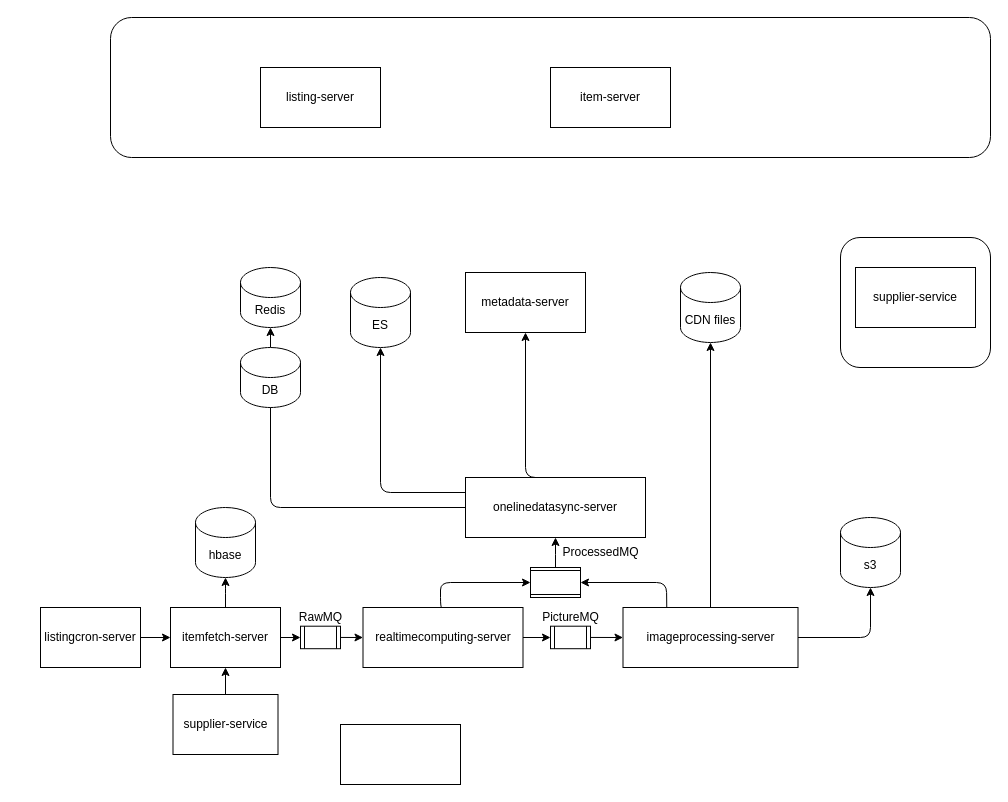
wxquare/wxquare.github.io keeps this draw.io diagram as source/diagrams/hotel_admin.drawio. Above is the earlier version. Source tidied: cells renumbered, new cells numbered last; positions are measured from the earlier drawing's top-left corner, leaving out a move shared by most shapes. Both pictures are drawn from the tidied source at 100%, with x=0, y=0 at pixel (40, 17).
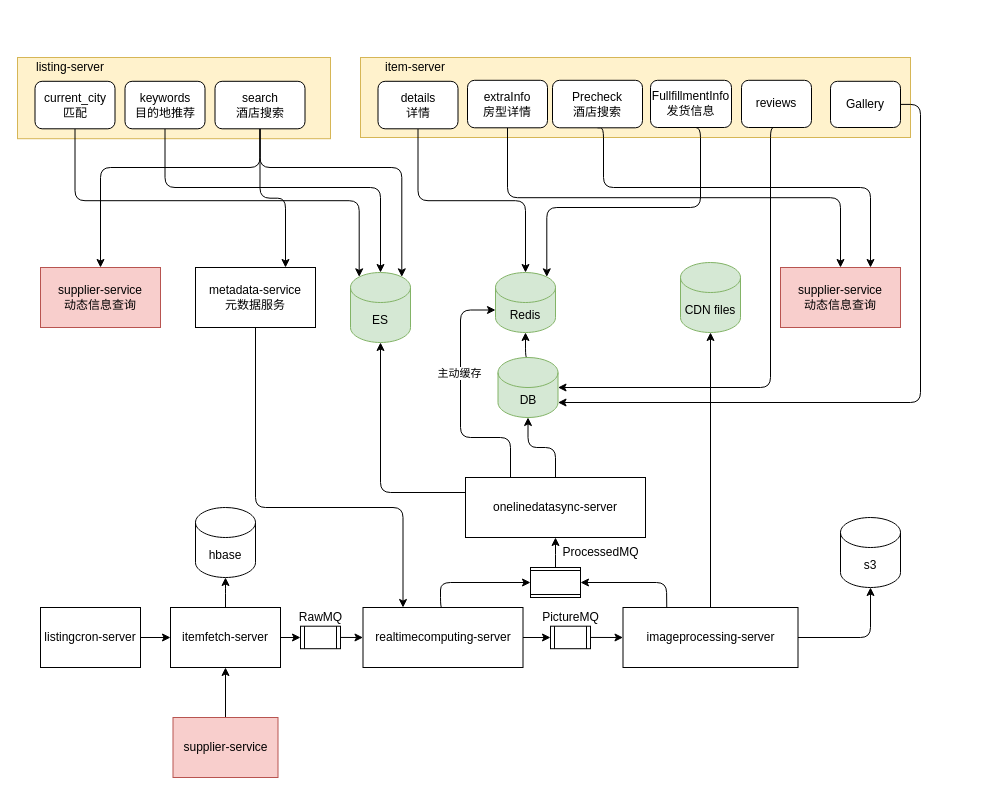
The same diagram, later.

The change refers to these unchanged cells:
```xml
<mxCell id="13" value="realtimecomputing-server" style="rounded=0;whiteSpace=wrap;html=1;" parent="1" vertex="1">
  <mxGeometry x="322.5" y="590" width="160" height="60" as="geometry" />
</mxCell>
<mxCell id="17" value="onelinedatasync-server" style="rounded=0;whiteSpace=wrap;html=1;" parent="1" vertex="1">
  <mxGeometry x="425" y="460" width="180" height="60" as="geometry" />
</mxCell>
```

What changed in the source:
```diff
@@
-    <mxCell id="2" style="rounded=1;whiteSpace=wrap;html=1;" parent="1" vertex="1">
-      <mxGeometry x="800" y="220" width="150" height="130" as="geometry" />
-    </mxCell>
-    <mxCell id="3" style="rounded=1;whiteSpace=wrap;html=1;" parent="1" vertex="1">
-      <mxGeometry x="70" width="880" height="140" as="geometry" />
-    </mxCell>
-    <mxCell id="4" value="listing-server" style="rounded=0;whiteSpace=wrap;html=1;" parent="1" vertex="1">
-      <mxGeometry x="220" y="50" width="120" height="60" as="geometry" />
+    <mxCell id="4" style="rounded=0;whiteSpace=wrap;html=1;fillColor=#fff2cc;strokeColor=#d6b656;" parent="1" vertex="1">
+      <mxGeometry x="-23" y="40" width="313" height="81.2" as="geometry" />
     </mxCell>
-    <mxCell id="5" value="item-server" style="rounded=0;whiteSpace=wrap;html=1;" parent="1" vertex="1">
-      <mxGeometry x="510" y="50" width="120" height="60" as="geometry" />
-    </mxCell>
@@
-    <mxCell id="14" style="edgeStyle=elbowEdgeStyle;rounded=1;jettySize=auto;html=1;exitX=0;exitY=0.5;exitDx=0;exitDy=0;entryX=0.5;entryY=1;entryDx=0;entryDy=0;" parent="1" edge="1" source="17">
-      <mxGeometry relative="1" as="geometry">
-        <mxPoint x="230" y="350" as="targetPoint" />
-        <Array as="points">
-          <mxPoint x="230" y="440" />
-        </Array>
-      </mxGeometry>
-    </mxCell>
@@
-    <mxCell id="16" style="edgeStyle=elbowEdgeStyle;rounded=1;jettySize=auto;html=1;exitX=0.5;exitY=0;exitDx=0;exitDy=0;entryX=0.5;entryY=1;entryDx=0;entryDy=0;" parent="1" edge="1" source="17" target="25">
-      <mxGeometry relative="1" as="geometry">
-        <Array as="points">
-          <mxPoint x="485" y="360" />
-        </Array>
-      </mxGeometry>
-    </mxCell>
+    <mxCell id="43" style="edgeStyle=orthogonalEdgeStyle;rounded=1;jettySize=auto;html=1;exitX=0.5;exitY=0;exitDx=0;exitDy=0;entryX=0.5;entryY=1;entryDx=0;entryDy=0;entryPerimeter=0;" parent="1" edge="1" source="17" target="36">
+      <mxGeometry relative="1" as="geometry" />
+    </mxCell>
+    <mxCell id="44" style="edgeStyle=orthogonalEdgeStyle;rounded=1;jettySize=auto;html=1;exitX=0.25;exitY=0;exitDx=0;exitDy=0;entryX=0;entryY=0;entryDx=0;entryDy=37.5;entryPerimeter=0;" parent="1" edge="1" source="17" target="37">
+      <mxGeometry relative="1" as="geometry">
+        <Array as="points">
+          <mxPoint x="470" y="420" />
+          <mxPoint x="420" y="420" />
+          <mxPoint x="420" y="293" />
+        </Array>
+      </mxGeometry>
+    </mxCell>
+    <mxCell id="45" value="主动缓存" style="edgeLabel;html=1;align=center;verticalAlign=middle;" parent="44" vertex="1">
+      <mxGeometry x="0.27" relative="1" as="geometry">
+        <mxPoint x="-2" y="5" as="offset" />
+      </mxGeometry>
+    </mxCell>
@@
-    <mxCell id="24" value="supplier-service" style="rounded=0;whiteSpace=wrap;html=1;" parent="1" vertex="1">
-      <mxGeometry x="815" y="250" width="120" height="60" as="geometry" />
+    <mxCell id="24" value="supplier-service&lt;br&gt;动态信息查询" style="rounded=0;whiteSpace=wrap;html=1;fillColor=#f8cecc;strokeColor=#b85450;" parent="1" vertex="1">
+      <mxGeometry x="740" y="250" width="120" height="60" as="geometry" />
     </mxCell>
-    <mxCell id="25" value="metadata-server" style="rounded=0;whiteSpace=wrap;html=1;" parent="1" vertex="1">
-      <mxGeometry x="425" y="255" width="120" height="60" as="geometry" />
-    </mxCell>
@@
-    <mxCell id="27" value="supplier-service&lt;br&gt;" style="rounded=0;whiteSpace=wrap;html=1;" parent="1" vertex="1">
-      <mxGeometry x="132.5" y="677" width="105" height="60" as="geometry" />
+    <mxCell id="27" value="supplier-service&lt;br&gt;" style="rounded=0;whiteSpace=wrap;html=1;fillColor=#f8cecc;strokeColor=#b85450;" parent="1" vertex="1">
+      <mxGeometry x="132.5" y="700" width="105" height="60" as="geometry" />
     </mxCell>
@@
-    <mxCell id="34" value="ES" style="shape=cylinder3;whiteSpace=wrap;html=1;boundedLbl=1;backgroundOutline=1;size=15;" parent="1" vertex="1">
-      <mxGeometry x="310" y="260" width="60" height="70" as="geometry" />
+    <mxCell id="34" value="ES" style="shape=cylinder3;whiteSpace=wrap;html=1;boundedLbl=1;backgroundOutline=1;size=15;fillColor=#d5e8d4;strokeColor=#82b366;" parent="1" vertex="1">
+      <mxGeometry x="310" y="255" width="60" height="70" as="geometry" />
     </mxCell>
-    <mxCell id="35" style="edgeStyle=elbowEdgeStyle;rounded=1;jettySize=auto;html=1;exitX=0.5;exitY=0;exitDx=0;exitDy=0;exitPerimeter=0;" parent="1" edge="1" source="36">
-      <mxGeometry relative="1" as="geometry">
-        <mxPoint x="229.7" y="310" as="targetPoint" />
-      </mxGeometry>
-    </mxCell>
+    <mxCell id="46" style="edgeStyle=orthogonalEdgeStyle;rounded=1;jettySize=auto;html=1;exitX=0.5;exitY=0;exitDx=0;exitDy=0;exitPerimeter=0;entryX=0.5;entryY=1;entryDx=0;entryDy=0;entryPerimeter=0;" parent="1" edge="1" source="36" target="37">
+      <mxGeometry relative="1" as="geometry" />
+    </mxCell>
-    <mxCell id="36" value="DB" style="shape=cylinder3;whiteSpace=wrap;html=1;boundedLbl=1;backgroundOutline=1;size=15;" parent="1" vertex="1">
-      <mxGeometry x="200" y="330" width="60" height="60" as="geometry" />
+    <mxCell id="36" value="DB" style="shape=cylinder3;whiteSpace=wrap;html=1;boundedLbl=1;backgroundOutline=1;size=15;fillColor=#d5e8d4;strokeColor=#82b366;" parent="1" vertex="1">
+      <mxGeometry x="457.5" y="340" width="60" height="60" as="geometry" />
     </mxCell>
-    <mxCell id="37" value="Redis" style="shape=cylinder3;whiteSpace=wrap;html=1;boundedLbl=1;backgroundOutline=1;size=15;" parent="1" vertex="1">
-      <mxGeometry x="200" y="250" width="60" height="60" as="geometry" />
+    <mxCell id="37" value="Redis" style="shape=cylinder3;whiteSpace=wrap;html=1;boundedLbl=1;backgroundOutline=1;size=15;fillColor=#d5e8d4;strokeColor=#82b366;" parent="1" vertex="1">
+      <mxGeometry x="455" y="255" width="60" height="60" as="geometry" />
     </mxCell>
-    <mxCell id="38" value="CDN files" style="shape=cylinder3;whiteSpace=wrap;html=1;boundedLbl=1;backgroundOutline=1;size=15;" parent="1" vertex="1">
-      <mxGeometry x="640" y="255" width="60" height="70" as="geometry" />
+    <mxCell id="38" value="CDN files" style="shape=cylinder3;whiteSpace=wrap;html=1;boundedLbl=1;backgroundOutline=1;size=15;fillColor=#d5e8d4;strokeColor=#82b366;" parent="1" vertex="1">
+      <mxGeometry x="640" y="245" width="60" height="70" as="geometry" />
     </mxCell>
@@
-    <mxCell id="42" style="rounded=0;whiteSpace=wrap;html=1;" parent="1" vertex="1">
-      <mxGeometry x="300" y="707" width="120" height="60" as="geometry" />
-    </mxCell>
+    <mxCell id="47" style="edgeStyle=orthogonalEdgeStyle;rounded=1;jettySize=auto;html=1;exitX=0.5;exitY=1;exitDx=0;exitDy=0;entryX=0.145;entryY=0;entryDx=0;entryDy=4.35;entryPerimeter=0;" parent="1" edge="1" source="48" target="34">
+      <mxGeometry relative="1" as="geometry" />
+    </mxCell>
+    <mxCell id="48" value="current_city&lt;br&gt;匹配" style="rounded=1;whiteSpace=wrap;html=1;" parent="1" vertex="1">
+      <mxGeometry x="-5.5" y="63.8" width="80" height="47.5" as="geometry" />
+    </mxCell>
+    <mxCell id="49" style="edgeStyle=orthogonalEdgeStyle;rounded=1;jettySize=auto;html=1;exitX=0.5;exitY=1;exitDx=0;exitDy=0;entryX=0.855;entryY=0;entryDx=0;entryDy=4.35;entryPerimeter=0;" parent="1" edge="1" source="52" target="34">
+      <mxGeometry relative="1" as="geometry">
+        <Array as="points">
+          <mxPoint x="220" y="150" />
+          <mxPoint x="361" y="150" />
+        </Array>
+      </mxGeometry>
+    </mxCell>
+    <mxCell id="50" style="edgeStyle=orthogonalEdgeStyle;rounded=1;jettySize=auto;html=1;exitX=0.5;exitY=1;exitDx=0;exitDy=0;entryX=0.5;entryY=0;entryDx=0;entryDy=0;" parent="1" edge="1" source="52" target="68">
+      <mxGeometry relative="1" as="geometry">
+        <Array as="points">
+          <mxPoint x="220" y="150" />
+          <mxPoint x="60" y="150" />
+        </Array>
+      </mxGeometry>
+    </mxCell>
+    <mxCell id="51" style="edgeStyle=orthogonalEdgeStyle;rounded=1;jettySize=auto;html=1;exitX=0.5;exitY=1;exitDx=0;exitDy=0;entryX=0.75;entryY=0;entryDx=0;entryDy=0;" parent="1" edge="1" source="52" target="70">
+      <mxGeometry relative="1" as="geometry" />
+    </mxCell>
+    <mxCell id="52" value="search&lt;br&gt;酒店搜索" style="rounded=1;whiteSpace=wrap;html=1;" parent="1" vertex="1">
+      <mxGeometry x="174.5" y="63.8" width="90" height="47.5" as="geometry" />
+    </mxCell>
+    <mxCell id="53" style="edgeStyle=orthogonalEdgeStyle;rounded=1;jettySize=auto;html=1;exitX=0.5;exitY=1;exitDx=0;exitDy=0;entryX=0.5;entryY=0;entryDx=0;entryDy=0;entryPerimeter=0;" parent="1" edge="1" source="54" target="34">
+      <mxGeometry relative="1" as="geometry">
+        <Array as="points">
+          <mxPoint x="125" y="170" />
+          <mxPoint x="340" y="170" />
+        </Array>
+      </mxGeometry>
+    </mxCell>
+    <mxCell id="54" value="keywords&lt;br&gt;目的地推荐" style="rounded=1;whiteSpace=wrap;html=1;" parent="1" vertex="1">
+      <mxGeometry x="84.5" y="63.8" width="80" height="47.5" as="geometry" />
+    </mxCell>
+    <mxCell id="55" style="rounded=0;whiteSpace=wrap;html=1;fillColor=#fff2cc;strokeColor=#d6b656;" parent="1" vertex="1">
+      <mxGeometry x="320" y="40" width="550" height="80" as="geometry" />
+    </mxCell>
+    <mxCell id="56" style="edgeStyle=orthogonalEdgeStyle;rounded=1;jettySize=auto;html=1;exitX=0.5;exitY=1;exitDx=0;exitDy=0;entryX=0.5;entryY=0;entryDx=0;entryDy=0;entryPerimeter=0;" parent="1" edge="1" source="57" target="37">
+      <mxGeometry relative="1" as="geometry" />
+    </mxCell>
+    <mxCell id="57" value="details&lt;br&gt;详情" style="rounded=1;whiteSpace=wrap;html=1;" parent="1" vertex="1">
+      <mxGeometry x="337.5" y="63.8" width="80" height="47.5" as="geometry" />
+    </mxCell>
+    <mxCell id="58" style="edgeStyle=orthogonalEdgeStyle;rounded=1;jettySize=auto;html=1;exitX=0.5;exitY=1;exitDx=0;exitDy=0;entryX=0.75;entryY=0;entryDx=0;entryDy=0;" parent="1" edge="1" source="59" target="24">
+      <mxGeometry relative="1" as="geometry">
+        <Array as="points">
+          <mxPoint x="563" y="170" />
+          <mxPoint x="830" y="170" />
+        </Array>
+      </mxGeometry>
+    </mxCell>
+    <mxCell id="59" value="Precheck&lt;br&gt;酒店搜索" style="rounded=1;whiteSpace=wrap;html=1;" parent="1" vertex="1">
+      <mxGeometry x="512" y="62.8" width="90" height="47.5" as="geometry" />
+    </mxCell>
+    <mxCell id="60" style="edgeStyle=orthogonalEdgeStyle;rounded=1;jettySize=auto;html=1;exitX=0.5;exitY=1;exitDx=0;exitDy=0;entryX=0.5;entryY=0;entryDx=0;entryDy=0;" parent="1" edge="1" source="61" target="24">
+      <mxGeometry relative="1" as="geometry" />
+    </mxCell>
+    <mxCell id="61" value="extraInfo&lt;br&gt;房型详情" style="rounded=1;whiteSpace=wrap;html=1;" parent="1" vertex="1">
+      <mxGeometry x="427" y="62.8" width="80" height="47.5" as="geometry" />
+    </mxCell>
+    <mxCell id="62" style="edgeStyle=orthogonalEdgeStyle;rounded=1;jettySize=auto;html=1;exitX=0.5;exitY=1;exitDx=0;exitDy=0;entryX=0.855;entryY=0;entryDx=0;entryDy=4.35;entryPerimeter=0;" parent="1" edge="1" source="63" target="37">
+      <mxGeometry relative="1" as="geometry">
+        <Array as="points">
+          <mxPoint x="660" y="190" />
+          <mxPoint x="506" y="190" />
+        </Array>
+      </mxGeometry>
+    </mxCell>
+    <mxCell id="63" value="FullfillmentInfo&lt;br&gt;发货信息" style="rounded=1;whiteSpace=wrap;html=1;" parent="1" vertex="1">
+      <mxGeometry x="610" y="62.8" width="81" height="47.2" as="geometry" />
+    </mxCell>
+    <mxCell id="64" style="edgeStyle=orthogonalEdgeStyle;rounded=1;jettySize=auto;html=1;exitX=0.5;exitY=1;exitDx=0;exitDy=0;entryX=1;entryY=0.5;entryDx=0;entryDy=0;entryPerimeter=0;" parent="1" edge="1" source="65" target="36">
+      <mxGeometry relative="1" as="geometry">
+        <Array as="points">
+          <mxPoint x="730" y="110" />
+          <mxPoint x="730" y="370" />
+        </Array>
+      </mxGeometry>
+    </mxCell>
+    <mxCell id="65" value="reviews" style="rounded=1;whiteSpace=wrap;html=1;" parent="1" vertex="1">
+      <mxGeometry x="701" y="62.8" width="70" height="47.2" as="geometry" />
+    </mxCell>
+    <mxCell id="66" style="edgeStyle=orthogonalEdgeStyle;rounded=1;jettySize=auto;html=1;exitX=1;exitY=0.5;exitDx=0;exitDy=0;entryX=1;entryY=1;entryDx=0;entryDy=-15;entryPerimeter=0;" parent="1" edge="1" source="67" target="36">
+      <mxGeometry relative="1" as="geometry" />
+    </mxCell>
+    <mxCell id="67" value="Gallery" style="rounded=1;whiteSpace=wrap;html=1;" parent="1" vertex="1">
+      <mxGeometry x="790" y="63.8" width="70" height="46.2" as="geometry" />
+    </mxCell>
+    <mxCell id="68" value="supplier-service&lt;br&gt;动态信息查询" style="rounded=0;whiteSpace=wrap;html=1;fillColor=#f8cecc;strokeColor=#b85450;" parent="1" vertex="1">
+      <mxGeometry y="250" width="120" height="60" as="geometry" />
+    </mxCell>
+    <mxCell id="69" style="edgeStyle=orthogonalEdgeStyle;rounded=1;jettySize=auto;html=1;exitX=0.5;exitY=1;exitDx=0;exitDy=0;entryX=0.25;entryY=0;entryDx=0;entryDy=0;" parent="1" edge="1" source="70" target="13">
+      <mxGeometry relative="1" as="geometry">
+        <Array as="points">
+          <mxPoint x="215" y="490" />
+          <mxPoint x="363" y="490" />
+        </Array>
+      </mxGeometry>
+    </mxCell>
+    <mxCell id="70" value="metadata-service&lt;br&gt;元数据服务" style="rounded=0;whiteSpace=wrap;html=1;" parent="1" vertex="1">
+      <mxGeometry x="155" y="250" width="120" height="60" as="geometry" />
+    </mxCell>
+    <mxCell id="71" value="listing-server" style="text;html=1;strokeColor=none;fillColor=none;align=center;verticalAlign=middle;whiteSpace=wrap;rounded=0;" parent="1" vertex="1">
+      <mxGeometry x="-20" y="40" width="100" height="20" as="geometry" />
+    </mxCell>
+    <mxCell id="5" value="item-server" style="text;html=1;strokeColor=none;fillColor=none;align=center;verticalAlign=middle;whiteSpace=wrap;rounded=0;" parent="1" vertex="1">
+      <mxGeometry x="325" y="40" width="100" height="20" as="geometry" />
+    </mxCell>
```
